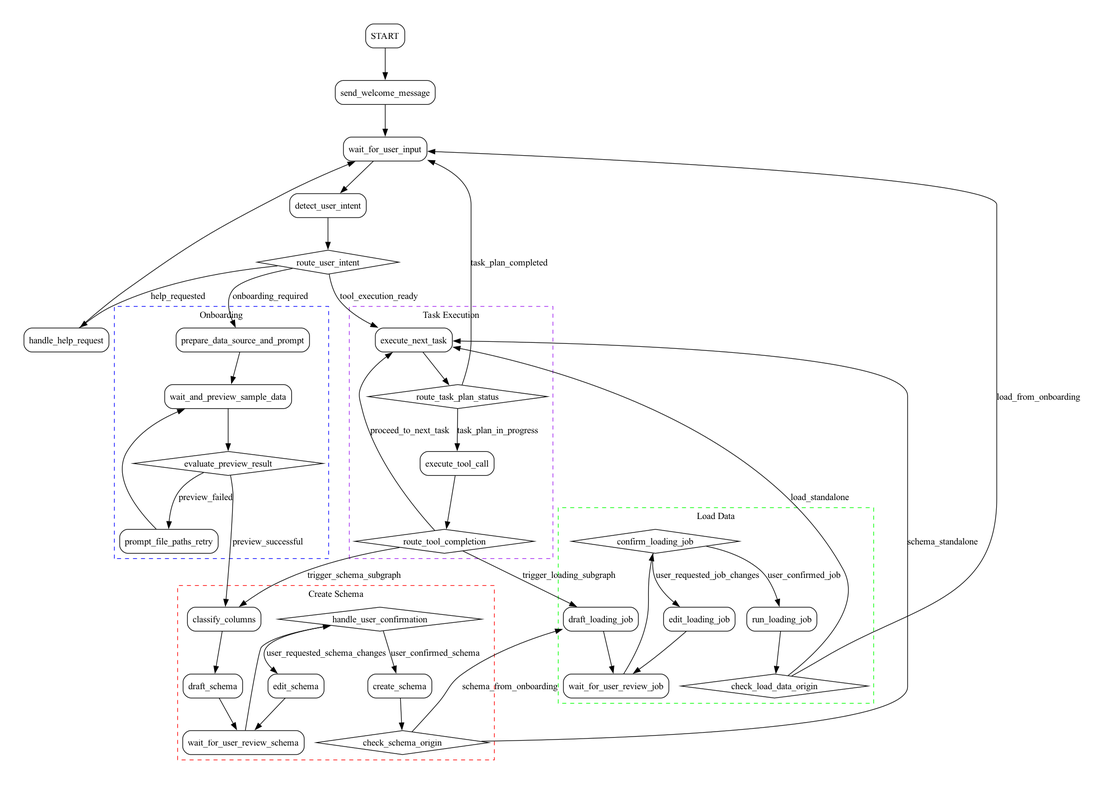
The Graphviz diagram examples/chatbot_langgraph/resources/workflow/workflow.png in TigerGraph-DevLabs/tigergraph-mcp, before a commit. Its source is kept beside it as examples/chatbot_langgraph/resources/workflow/workflow.dot.
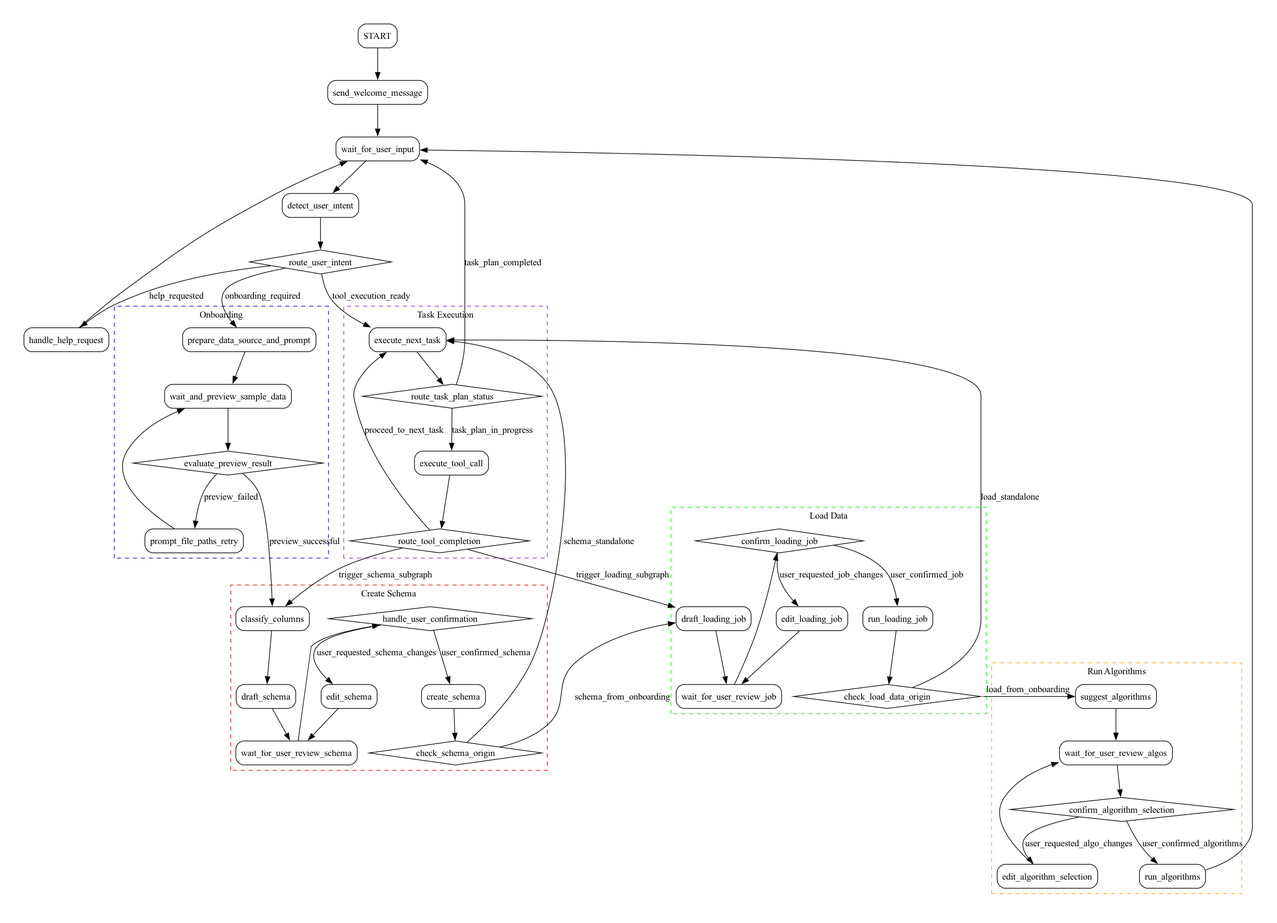
The same file after the commit.

Commit message:
feat: add run algorithm subgraph to onboarding workflow

Change to the diagram source:
```diff
@@ -78,20 +78,27 @@
         run_loading_job -> check_load_data_origin;
     }
 
-    check_load_data_origin -> wait_for_user_input [label="load_from_onboarding"];
-    check_load_data_origin -> execute_next_task [label="load_standalone"];
-    check_schema_origin -> draft_loading_job [label="schema_from_onboarding"];
-    check_schema_origin -> execute_next_task [label="schema_standalone"];
+    subgraph cluster_run_algorithms {
+        label = "Run Algorithms";
+        style = dashed;
+        color = orange;
+        rank = same;
 
-    execute_next_task -> route_task_plan_status;
-    route_task_plan_status -> execute_tool_call [label="task_plan_in_progress"];
-    route_task_plan_status -> wait_for_user_input [label="task_plan_completed"];
+        node [shape=box, style=rounded];
+        suggest_algorithms;
+        wait_for_user_review_algos;
+        edit_algorithm_selection;
+        run_algorithms;
 
-    execute_tool_call -> route_tool_completion;
+        node [shape=diamond, style=""];
+        confirm_algorithm_selection;
 
-    route_tool_completion -> classify_columns [label="trigger_schema_subgraph"];
-    route_tool_completion -> draft_loading_job [label="trigger_loading_subgraph"];
-    route_tool_completion -> execute_next_task [label="proceed_to_next_task"];
+        suggest_algorithms -> wait_for_user_review_algos;
+        wait_for_user_review_algos -> confirm_algorithm_selection;
+        confirm_algorithm_selection -> run_algorithms [label="user_confirmed_algorithms"];
+        confirm_algorithm_selection -> edit_algorithm_selection [label="user_requested_algo_changes"];
+        edit_algorithm_selection -> wait_for_user_review_algos;
+    }
 
     subgraph cluster_onboarding {
         label = "Onboarding";
@@ -120,6 +127,24 @@
         evaluate_preview_result -> classify_columns [label="preview_successful"];
     }
 
+    check_schema_origin -> draft_loading_job [label="schema_from_onboarding"];
+    check_schema_origin -> execute_next_task [label="schema_standalone"];
+
+    check_load_data_origin -> suggest_algorithms [label="load_from_onboarding"];
+    check_load_data_origin -> execute_next_task [label="load_standalone"];
+
+    run_algorithms -> wait_for_user_input;
+
+    execute_next_task -> route_task_plan_status;
+    route_task_plan_status -> execute_tool_call [label="task_plan_in_progress"];
+    route_task_plan_status -> wait_for_user_input [label="task_plan_completed"];
+
+    execute_tool_call -> route_tool_completion;
+
+    route_tool_completion -> classify_columns [label="trigger_schema_subgraph"];
+    route_tool_completion -> draft_loading_job [label="trigger_loading_subgraph"];
+    route_tool_completion -> execute_next_task [label="proceed_to_next_task"];
+
     START -> send_welcome_message;
     send_welcome_message -> wait_for_user_input;
     wait_for_user_input -> detect_user_intent;
@@ -138,4 +163,5 @@
     prepare_data_source_and_prompt -> route_tool_completion [style=invis];
     route_tool_completion -> handle_user_confirmation [style=invis];
     route_tool_completion -> draft_loading_job [style=invis];
+    run_loading_job -> suggest_algorithms [style=invis];
 }
```
